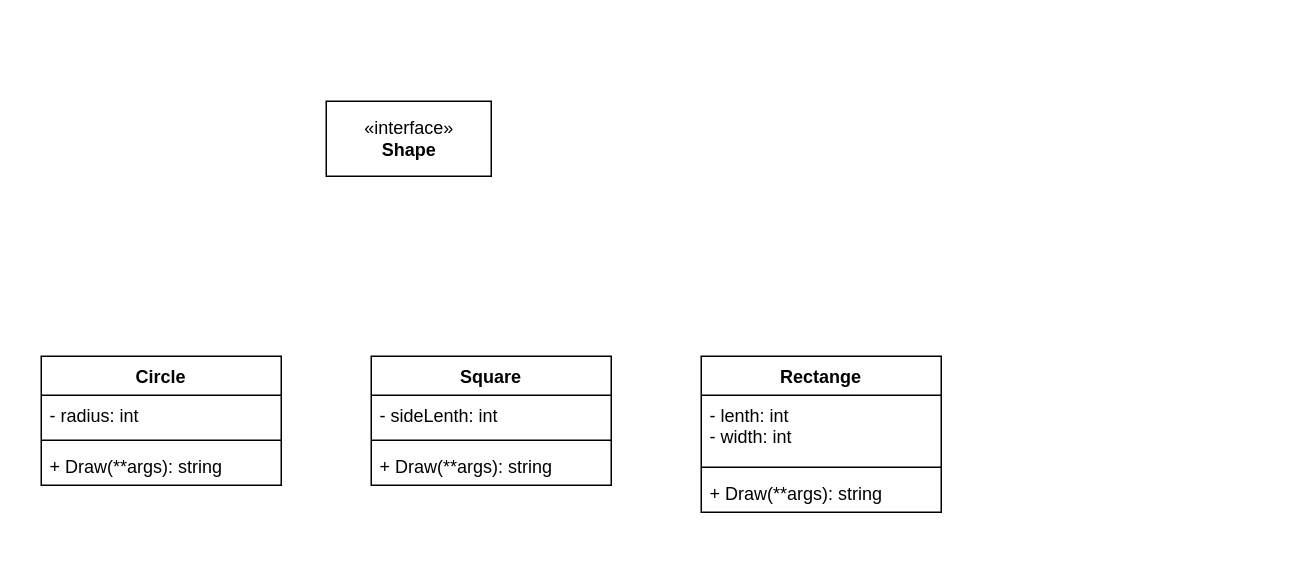
Above: creational/factory-base.drawio in sunminghui81/python-design-pattern (draw.io), before the change. Source tidied: cells renumbered, new cells numbered last; positions are measured from the earlier drawing's top-left corner, leaving out a move shared by most shapes. Both pictures are drawn from the tidied source at 150%, with x=0, y=0 at pixel (40, 100).
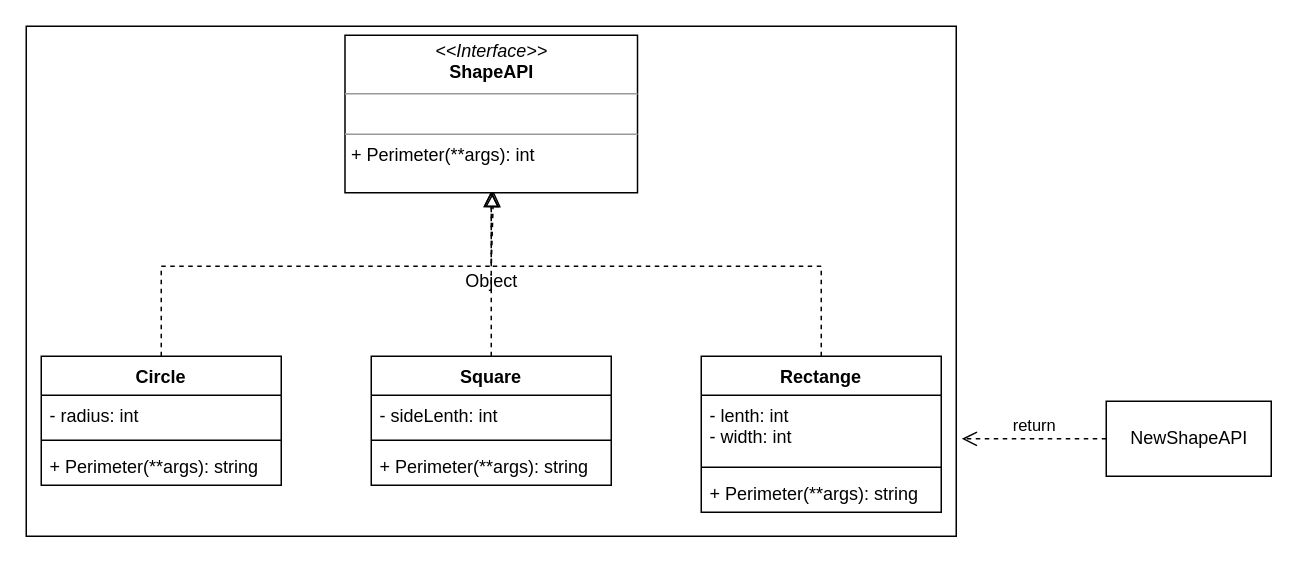
The same page after the edit.

The change refers to these unchanged cells:
```xml
<mxCell id="3" value="Circle" style="swimlane;fontStyle=1;align=center;verticalAlign=top;horizontal=1;startSize=26;" parent="1" vertex="1">
  <mxGeometry y="170" width="160" height="86" as="geometry" />
</mxCell>
<mxCell id="7" value="Square" style="swimlane;fontStyle=1;align=center;verticalAlign=top;horizontal=1;startSize=26;" parent="1" vertex="1">
  <mxGeometry x="220" y="170" width="160" height="86" as="geometry" />
</mxCell>
<mxCell id="11" value="Rectange" style="swimlane;fontStyle=1;align=center;verticalAlign=top;horizontal=1;startSize=26;" parent="1" vertex="1">
  <mxGeometry x="440" y="170" width="160" height="104" as="geometry" />
</mxCell>
```

Change to the diagram source:
```diff
@@
-    <mxCell id="2" value="«interface»&lt;br&gt;&lt;b&gt;Shape&lt;/b&gt;" style="html=1;" parent="1" vertex="1">
-      <mxGeometry x="190" width="110" height="50" as="geometry" />
-    </mxCell>
+    <mxCell id="15" value="Object" style="html=1;" parent="1" vertex="1">
+      <mxGeometry x="-10" y="-50" width="620" height="340" as="geometry" />
+    </mxCell>
@@
-    <mxCell id="6" value="+ Draw(**args): string" style="text;strokeColor=none;fillColor=none;align=left;verticalAlign=top;spacingLeft=4;spacingRight=4;overflow=hidden;" parent="3" vertex="1">
+    <mxCell id="6" value="+ Perimeter(**args): string" style="text;strokeColor=none;fillColor=none;align=left;verticalAlign=top;spacingLeft=4;spacingRight=4;overflow=hidden;" parent="3" vertex="1">
       <mxGeometry y="60" width="160" height="26" as="geometry" />
     </mxCell>
@@
-    <mxCell id="10" value="+ Draw(**args): string" style="text;strokeColor=none;fillColor=none;align=left;verticalAlign=top;spacingLeft=4;spacingRight=4;overflow=hidden;" parent="7" vertex="1">
+    <mxCell id="10" value="+ Perimeter(**args): string" style="text;strokeColor=none;fillColor=none;align=left;verticalAlign=top;spacingLeft=4;spacingRight=4;overflow=hidden;" parent="7" vertex="1">
       <mxGeometry y="60" width="160" height="26" as="geometry" />
     </mxCell>
@@
-    <mxCell id="14" value="+ Draw(**args): string" style="text;strokeColor=none;fillColor=none;align=left;verticalAlign=top;spacingLeft=4;spacingRight=4;overflow=hidden;" parent="11" vertex="1">
+    <mxCell id="14" value="+ Perimeter(**args): string" style="text;strokeColor=none;fillColor=none;align=left;verticalAlign=top;spacingLeft=4;spacingRight=4;overflow=hidden;" parent="11" vertex="1">
       <mxGeometry y="78" width="160" height="26" as="geometry" />
     </mxCell>
+    <mxCell id="16" style="endArrow=block;startArrow=none;endFill=0;startFill=0;endSize=8;html=1;verticalAlign=bottom;dashed=1;labelBackgroundColor=none;rounded=0;exitX=0.5;exitY=0;exitDx=0;exitDy=0;" parent="1" edge="1" source="7">
+      <mxGeometry relative="1" as="geometry">
+        <mxPoint x="300" y="60" as="targetPoint" />
+      </mxGeometry>
+    </mxCell>
+    <mxCell id="17" style="endArrow=block;startArrow=none;endFill=0;startFill=0;endSize=8;html=1;verticalAlign=bottom;dashed=1;labelBackgroundColor=none;rounded=0;exitX=0.5;exitY=0;exitDx=0;exitDy=0;entryX=0.5;entryY=1;entryDx=0;entryDy=0;" parent="1" edge="1" source="3">
+      <mxGeometry relative="1" as="geometry">
+        <mxPoint x="301.5" y="60" as="targetPoint" />
+        <Array as="points">
+          <mxPoint x="80" y="110" />
+          <mxPoint x="300" y="110" />
+        </Array>
+      </mxGeometry>
+    </mxCell>
+    <mxCell id="18" style="endArrow=block;startArrow=none;endFill=0;startFill=0;endSize=8;html=1;verticalAlign=bottom;dashed=1;labelBackgroundColor=none;rounded=0;exitX=0.5;exitY=0;exitDx=0;exitDy=0;" parent="1" edge="1" source="11">
+      <mxGeometry relative="1" as="geometry">
+        <mxPoint x="300" y="60" as="targetPoint" />
+        <Array as="points">
+          <mxPoint x="520" y="110" />
+          <mxPoint x="300" y="110" />
+        </Array>
+      </mxGeometry>
+    </mxCell>
+    <mxCell id="19" value="&lt;p style=&quot;margin: 0px ; margin-top: 4px ; text-align: center&quot;&gt;&lt;i&gt;&amp;lt;&amp;lt;Interface&amp;gt;&amp;gt;&lt;/i&gt;&lt;br&gt;&lt;b&gt;ShapeAPI&lt;/b&gt;&lt;/p&gt;&lt;hr size=&quot;1&quot;&gt;&lt;p style=&quot;margin: 0px ; margin-left: 4px&quot;&gt;&lt;br&gt;&lt;/p&gt;&lt;hr size=&quot;1&quot;&gt;&lt;p style=&quot;margin: 0px ; margin-left: 4px&quot;&gt;+ Perimeter(**args): int&lt;br&gt;&lt;/p&gt;" style="verticalAlign=top;align=left;overflow=fill;fontSize=12;fontFamily=Helvetica;html=1;direction=south;" parent="1" vertex="1">
+      <mxGeometry x="202.5" y="-44" width="195" height="105" as="geometry" />
+    </mxCell>
+    <mxCell id="20" value="NewShapeAPI" style="html=1;" parent="1" vertex="1">
+      <mxGeometry x="710" y="200" width="110" height="50" as="geometry" />
+    </mxCell>
+    <mxCell id="21" value="return" style="html=1;verticalAlign=bottom;endArrow=open;dashed=1;endSize=8;rounded=0;entryX=1.006;entryY=0.809;entryDx=0;entryDy=0;entryPerimeter=0;" parent="1" edge="1" target="15">
+      <mxGeometry relative="1" as="geometry">
+        <mxPoint x="710" y="225" as="sourcePoint" />
+      </mxGeometry>
+    </mxCell>
```
